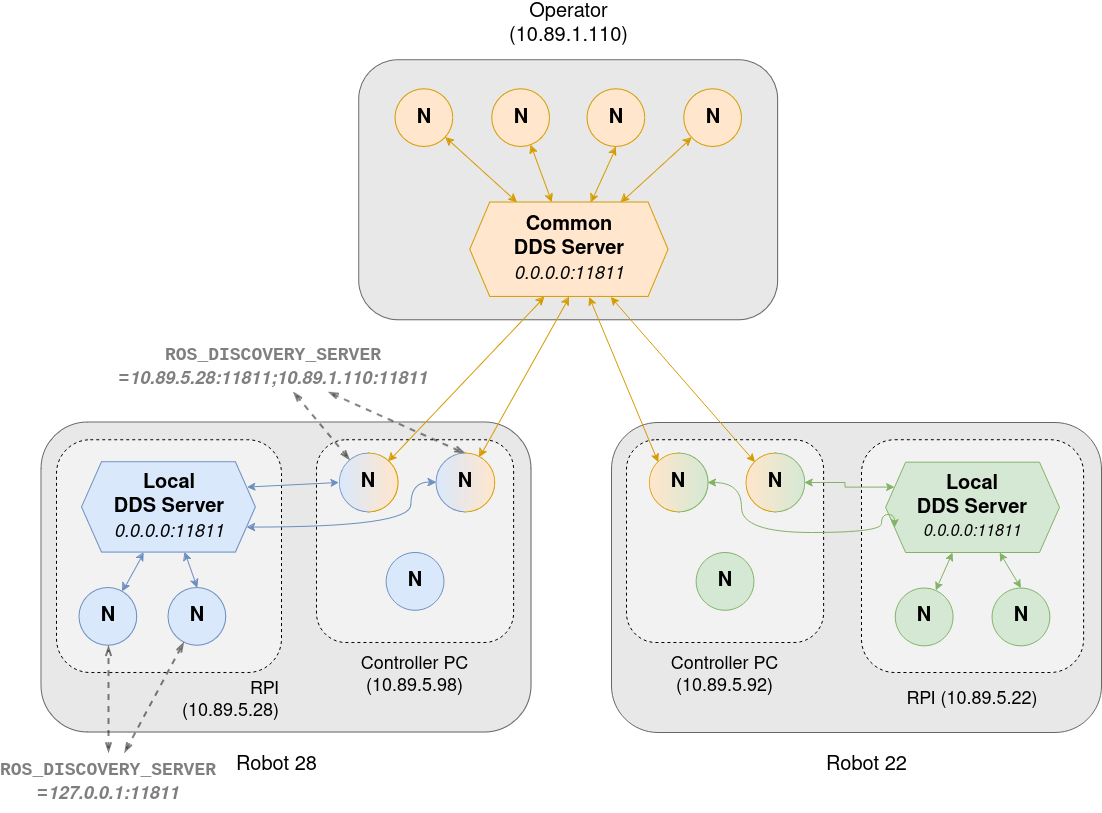
Above: docs/img/architectures/dds_architecture.png in imt-mobisyst/pkg-multibot (draw.io), before the change. Source tidied: cells renumbered, new cells last; positions are measured from the earlier drawing's top-left corner, leaving out a move shared by most shapes.
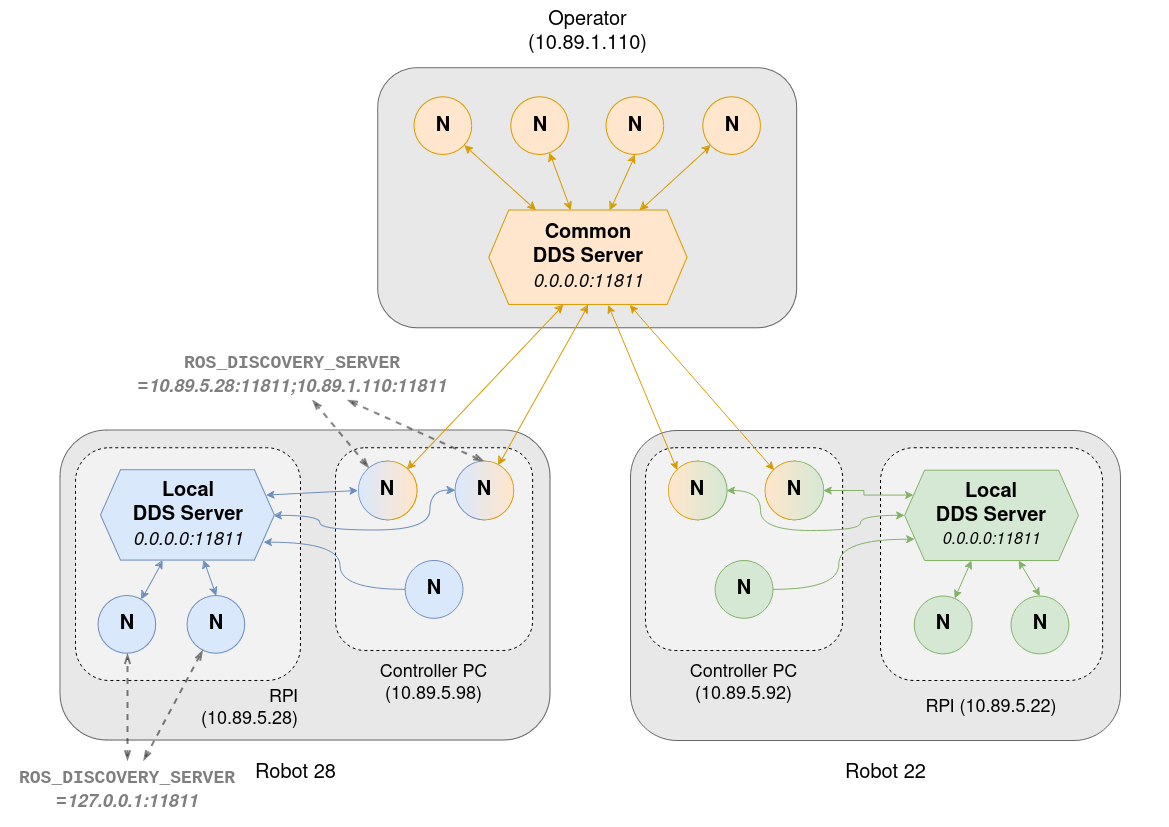
After the change.

What changed in the source:
```diff
@@ -65,10 +65,12 @@
     <mxCell id="22" style="rounded=0;jettySize=auto;html=1;entryX=0.5;entryY=0;entryDx=0;entryDy=0;startArrow=classic;startFill=1;fillColor=#dae8fc;strokeColor=#6c8ebf;" parent="1" edge="1" source="24" target="18">
       <mxGeometry relative="1" as="geometry" />
     </mxCell>
-    <mxCell id="23" style="edgeStyle=orthogonalEdgeStyle;rounded=0;jettySize=auto;html=1;exitX=1;exitY=0.75;exitDx=0;exitDy=0;curved=1;fillColor=#dae8fc;strokeColor=#6c8ebf;startArrow=classic;startFill=1;" parent="1" edge="1" source="24" target="37">
+    <mxCell id="23" style="edgeStyle=orthogonalEdgeStyle;rounded=0;jettySize=auto;html=1;exitX=0.993;exitY=0.505;exitDx=0;exitDy=0;curved=1;fillColor=#dae8fc;strokeColor=#6c8ebf;startArrow=classic;startFill=1;exitPerimeter=0;" parent="1" edge="1" source="24" target="37">
       <mxGeometry relative="1" as="geometry">
         <Array as="points">
-          <mxPoint x="410" y="525" />
+          <mxPoint x="300" y="505" />
+          <mxPoint x="300" y="520" />
+          <mxPoint x="410" y="520" />
           <mxPoint x="410" y="480" />
         </Array>
       </mxGeometry>
@@ -178,12 +180,12 @@
     <mxCell id="58" style="edgeStyle=orthogonalEdgeStyle;rounded=0;jettySize=auto;html=1;exitX=0;exitY=0.25;exitDx=0;exitDy=0;entryX=1;entryY=0.5;entryDx=0;entryDy=0;fillColor=#d5e8d4;strokeColor=#82b366;startArrow=classic;startFill=1;" parent="1" edge="1" source="48" target="55">
       <mxGeometry relative="1" as="geometry" />
     </mxCell>
-    <mxCell id="59" style="edgeStyle=orthogonalEdgeStyle;rounded=0;jettySize=auto;html=1;curved=1;fillColor=#d5e8d4;strokeColor=#82b366;startArrow=classic;startFill=1;exitX=0;exitY=0.75;exitDx=0;exitDy=0;" parent="1" edge="1" source="48" target="52">
+    <mxCell id="59" style="edgeStyle=orthogonalEdgeStyle;rounded=0;jettySize=auto;html=1;curved=1;fillColor=#d5e8d4;strokeColor=#82b366;startArrow=classic;startFill=1;exitX=0;exitY=0.5;exitDx=0;exitDy=0;" parent="1" edge="1" source="48" target="52">
       <mxGeometry relative="1" as="geometry">
         <Array as="points">
-          <mxPoint x="880" y="512" />
-          <mxPoint x="880" y="530" />
-          <mxPoint x="740" y="530" />
+          <mxPoint x="840" y="505" />
+          <mxPoint x="840" y="520" />
+          <mxPoint x="740" y="520" />
           <mxPoint x="740" y="480" />
         </Array>
       </mxGeometry>
@@ -197,5 +199,11 @@
     <mxCell id="62" value="&lt;div style=&quot;font-size: 18px;&quot; align=&quot;center&quot;&gt;Controller PC&lt;/div&gt;&lt;div style=&quot;font-size: 18px;&quot; align=&quot;center&quot;&gt;(10.89.5.92)&lt;/div&gt;" style="text;whiteSpace=wrap;html=1;align=center;fontSize=18;" parent="1" vertex="1">
       <mxGeometry x="656" y="644.7" width="135" height="48.3" as="geometry" />
     </mxCell>
+    <mxCell id="63" style="edgeStyle=orthogonalEdgeStyle;rounded=0;jettySize=auto;html=1;entryX=0.934;entryY=0.797;entryDx=0;entryDy=0;entryPerimeter=0;curved=1;fillColor=#dae8fc;strokeColor=#6c8ebf;" parent="1" edge="1" source="60" target="24">
+      <mxGeometry relative="1" as="geometry" />
+    </mxCell>
+    <mxCell id="64" style="edgeStyle=orthogonalEdgeStyle;rounded=0;jettySize=auto;html=1;entryX=0.058;entryY=0.764;entryDx=0;entryDy=0;entryPerimeter=0;fillColor=#d5e8d4;strokeColor=#82b366;elbow=vertical;curved=1;" parent="1" edge="1" source="61" target="48">
+      <mxGeometry relative="1" as="geometry" />
+    </mxCell>
   </root>
 </mxGraphModel>
```
